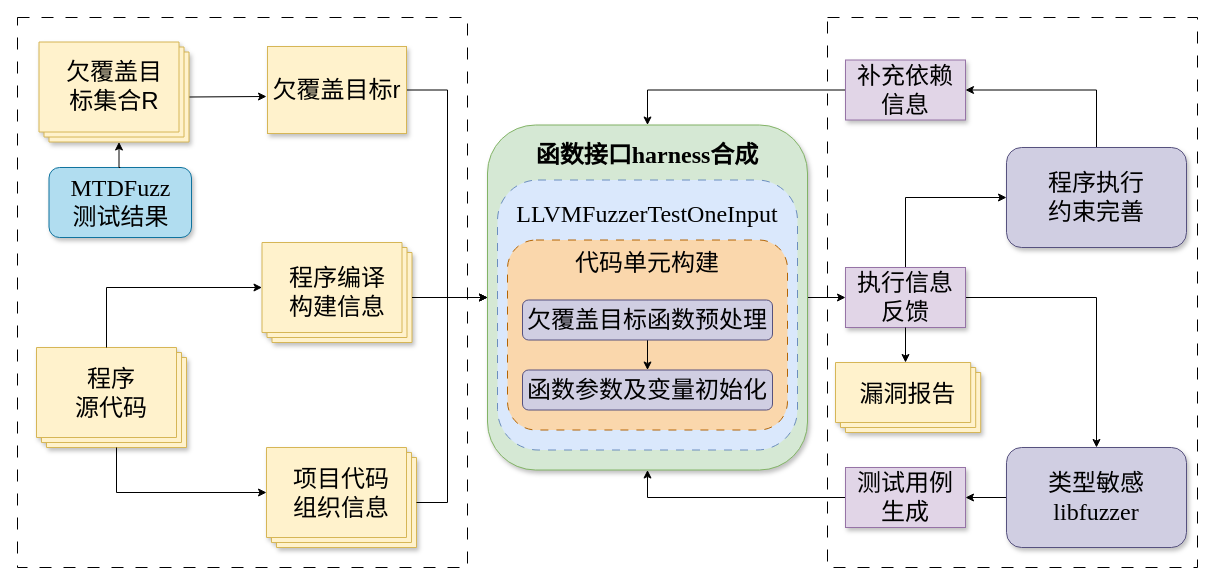
Before: page "第 8 页" (8 of 11) of 未命名绘图.drawio in blu3sh0rk/Draw, a draw.io diagram. Source tidied: cells renumbered, new cells numbered last; positions are measured from the earlier drawing's top-left corner, leaving out a move shared by most shapes. Both pictures are drawn from the tidied source at 100%, with x=0, y=0 at pixel (17, 17).
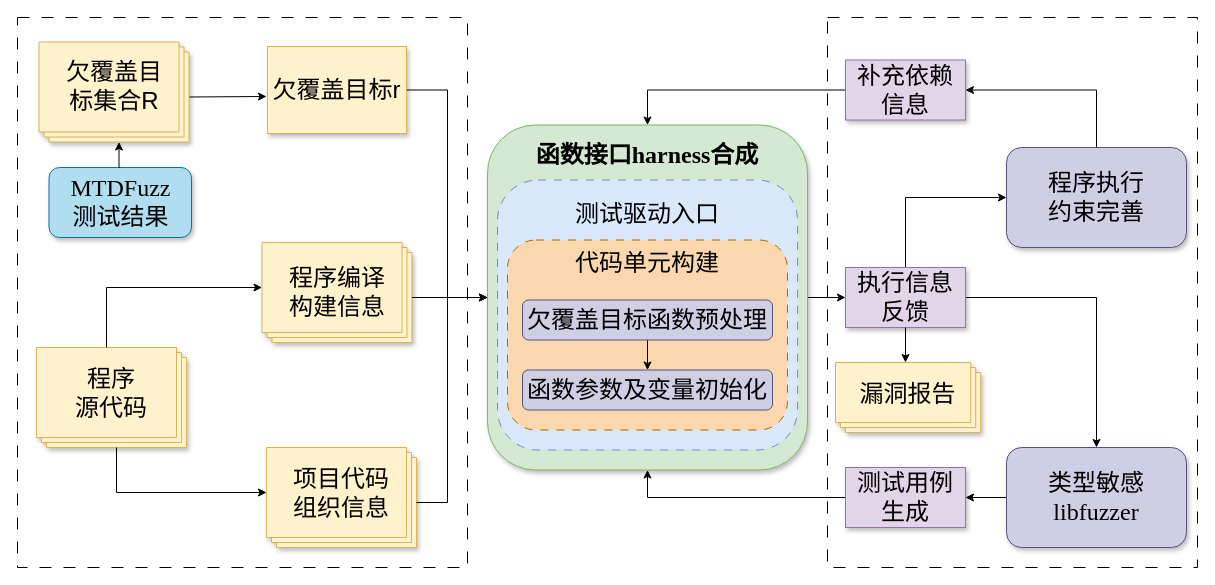
The same page after the edit.

Diff of the diagram source:
```diff
@@
-    <mxCell id="10" value="LLVMFuzzerTestOneInput&lt;div&gt;&lt;br&gt;&lt;/div&gt;&lt;div&gt;&lt;br&gt;&lt;/div&gt;&lt;div&gt;&lt;br&gt;&lt;/div&gt;&lt;div&gt;&lt;br&gt;&lt;/div&gt;&lt;div&gt;&lt;br&gt;&lt;/div&gt;&lt;div&gt;&lt;br&gt;&lt;/div&gt;&lt;div&gt;&lt;br&gt;&lt;/div&gt;" style="rounded=1;whiteSpace=wrap;html=1;fontFamily=Times New Roman;fontSize=24;dashed=1;dashPattern=8 8;fillColor=#dae8fc;strokeColor=#6c8ebf;" parent="1" vertex="1">
+    <mxCell id="10" value="测试驱动入口&lt;div&gt;&lt;br&gt;&lt;/div&gt;&lt;div&gt;&lt;br&gt;&lt;/div&gt;&lt;div&gt;&lt;br&gt;&lt;/div&gt;&lt;div&gt;&lt;br&gt;&lt;/div&gt;&lt;div&gt;&lt;br&gt;&lt;/div&gt;&lt;div&gt;&lt;br&gt;&lt;/div&gt;&lt;div&gt;&lt;br&gt;&lt;/div&gt;" style="rounded=1;whiteSpace=wrap;html=1;fontFamily=Times New Roman;fontSize=24;dashed=1;dashPattern=8 8;fillColor=#dae8fc;strokeColor=#6c8ebf;" parent="1" vertex="1">
       <mxGeometry x="480" y="162.5" width="300" height="270" as="geometry" />
     </mxCell>
```
